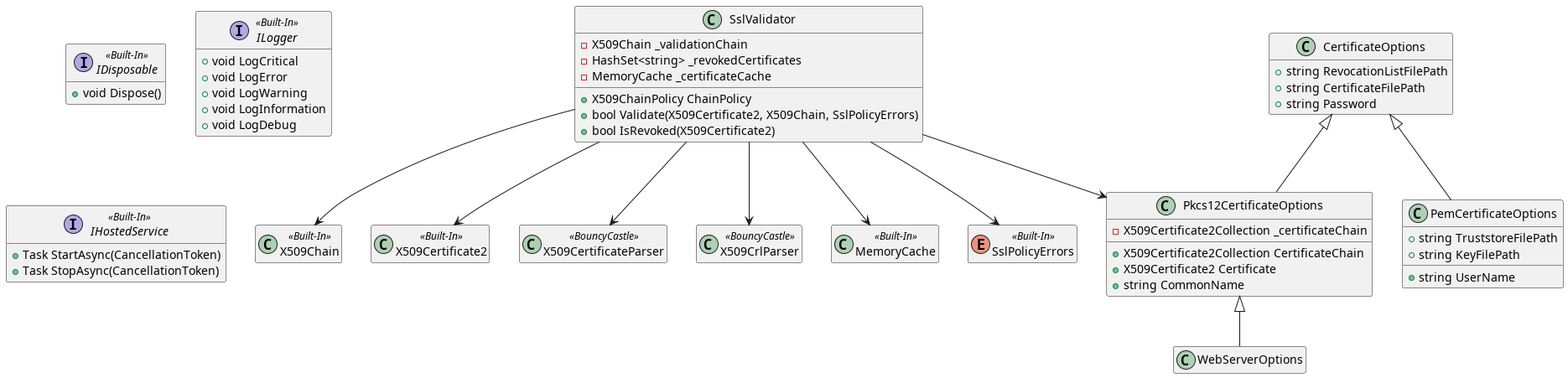
Above: docs/diagrams/img/classes/Shared.Contract/Shared.Contract classes.png in mrypdm/JobSystem (PlantUML), before the change.
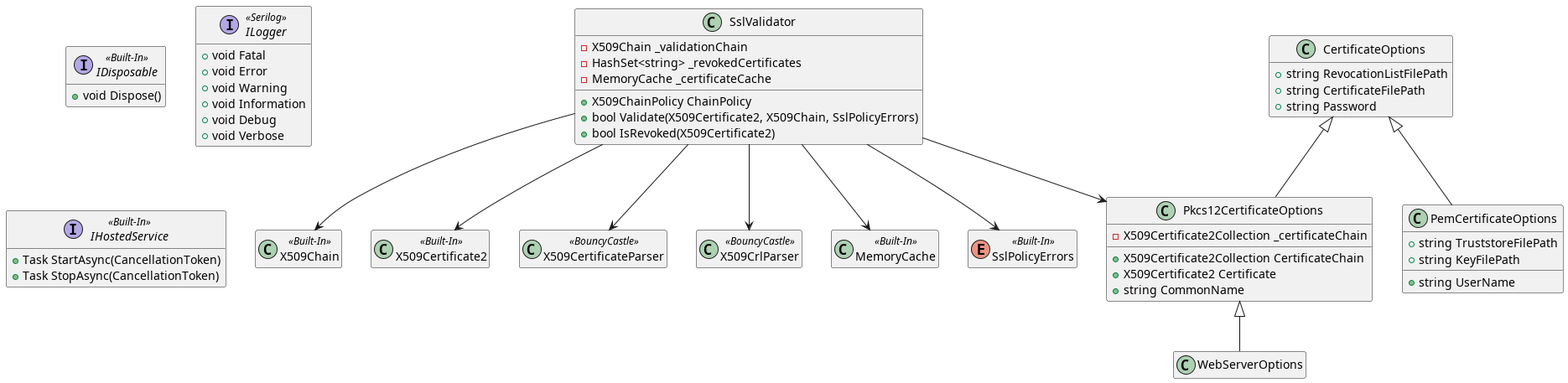
After the change.

Diff of the diagram source:
```diff
@@ -6,13 +6,14 @@
     +void Dispose()
 }
 
-interface ILogger << Built-In >>
+interface ILogger << Serilog >>
 {
-    +void LogCritical
-    +void LogError
-    +void LogWarning
-    +void LogInformation
-    +void LogDebug
+    +void Fatal
+    +void Error
+    +void Warning
+    +void Information
+    +void Debug
+    +void Verbose
 }
 
 
```
